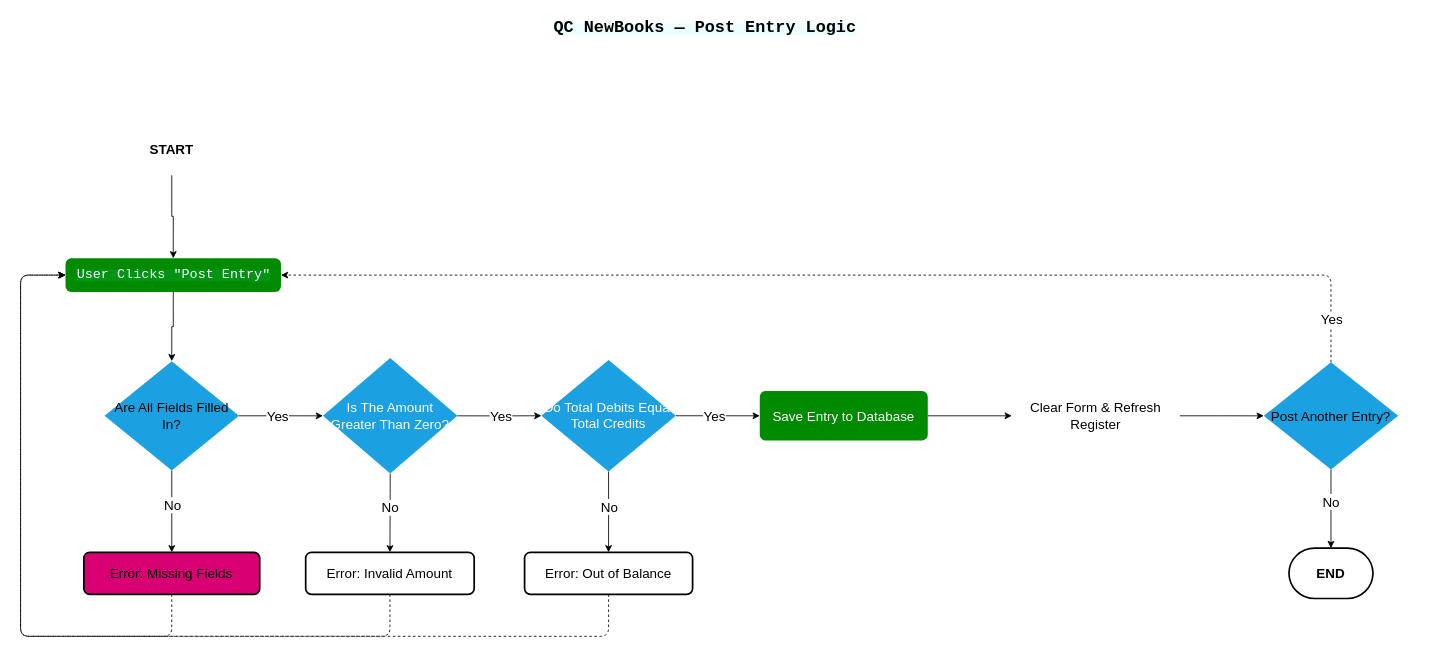
Before: page "Part A — Flowchart" (1 of 2) of QC_NewBooks_Diagrams.drawio in kvnrtga10-cell/diagram-qc-new-books, a draw.io diagram. Source tidied: cells renumbered, new cells numbered last; positions are measured from the earlier drawing's top-left corner, leaving out a move shared by most shapes. Both pictures are drawn from the tidied source at 84%, with x=0, y=0 at pixel (20, 14).
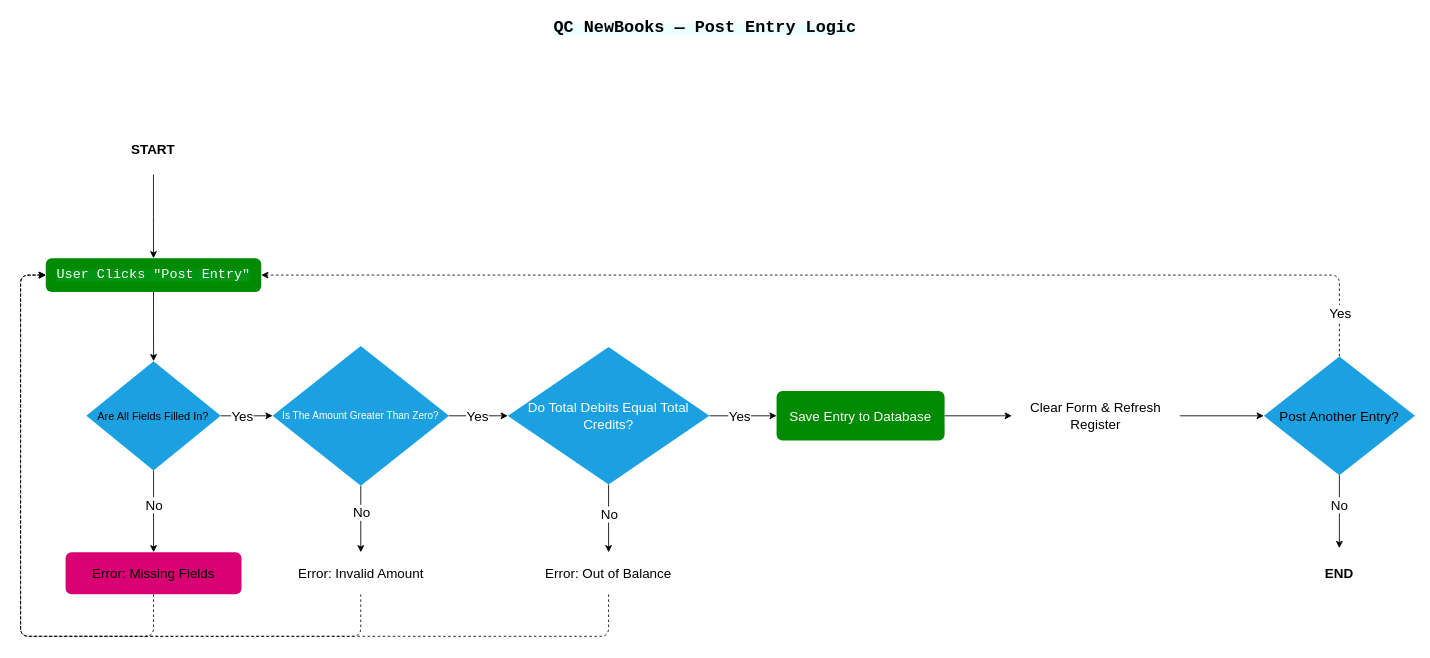
After the change.

The change refers to these unchanged cells:
```xml
<mxCell id="8" style="edgeStyle=orthogonalEdgeStyle;rounded=0;jettySize=auto;html=1;exitX=1;exitY=0.5;exitDx=0;exitDy=0;exitPerimeter=0;entryX=0;entryY=0.5;entryDx=0;entryDy=0;entryPerimeter=0;" parent="1" edge="1" source="10" target="16">
  <mxGeometry relative="1" as="geometry" />
</mxCell>
<mxCell id="24" style="edgeStyle=orthogonalEdgeStyle;rounded=0;jettySize=auto;html=1;exitX=1;exitY=0.5;exitDx=0;exitDy=0;exitPerimeter=0;entryX=0;entryY=0.5;entryDx=0;entryDy=0;entryPerimeter=0;" parent="1" edge="1" source="16" target="23">
  <mxGeometry relative="1" as="geometry" />
</mxCell>
```

The edit, as a diff of the source:
```diff
@@
-    <mxCell id="4" value="&lt;b&gt;START&lt;/b&gt;" style="strokeWidth=2;html=1;shape=mxgraph.flowchart.terminator;whiteSpace=wrap;fillColor=light-dark(#FFFFFF,#CC6600);labelBorderColor=none;fontSize=16;strokeColor=light-dark(#FFFFFF,#FFFFFF);" parent="1" vertex="1">
-      <mxGeometry x="130" y="130" width="100" height="60" as="geometry" />
+    <mxCell id="4" value="&lt;b&gt;START&lt;/b&gt;" style="strokeWidth=2;html=1;shape=mxgraph.flowchart.terminator;whiteSpace=wrap;fillColor=light-dark(#FFFFFF,#CC6600);labelBorderColor=none;fontSize=16;strokeColor=none;" parent="1" vertex="1">
+      <mxGeometry x="108.2" y="130" width="100" height="60" as="geometry" />
     </mxCell>
     <mxCell id="5" value="&lt;span style=&quot;font-family: &amp;quot;Share Tech Mono&amp;quot;, monospace; text-align: start; background-color: rgba(0, 245, 255, 0.08);&quot;&gt;&lt;font style=&quot;font-size: 16px;&quot;&gt;User Clicks &quot;Post Entry&quot;&lt;/font&gt;&lt;/span&gt;" style="rounded=1;whiteSpace=wrap;html=1;absoluteArcSize=1;arcSize=14;strokeWidth=2;fillColor=light-dark(#008A00,#00CC00);fontColor=light-dark(#FFFFFF,#FFFFFF);strokeColor=none;labelBorderColor=none;" parent="1" vertex="1">
-      <mxGeometry x="53.5" y="290" width="256.5" height="40" as="geometry" />
+      <mxGeometry x="30" y="290" width="256.5" height="40" as="geometry" />
     </mxCell>
@@
     <mxCell id="9" value="&lt;font style=&quot;font-size: 16px;&quot;&gt;Yes&lt;/font&gt;" style="edgeLabel;html=1;align=center;verticalAlign=middle;" parent="8" vertex="1">
       <mxGeometry x="0.02" y="-1" relative="1" as="geometry">
-        <mxPoint x="-5" y="-1" as="offset" />
+        <mxPoint x="-6" y="-1" as="offset" />
       </mxGeometry>
     </mxCell>
-    <mxCell id="10" value="&lt;font style=&quot;color: light-dark(rgb(0, 0, 0), rgb(255, 255, 255)); font-size: 16px;&quot;&gt;Are All Fields Filled In?&lt;/font&gt;" style="strokeWidth=2;html=1;shape=mxgraph.flowchart.decision;whiteSpace=wrap;fillColor=#1ba1e2;fontColor=#ffffff;strokeColor=none;" parent="1" vertex="1">
-      <mxGeometry x="100" y="412.5" width="160" height="130" as="geometry" />
+    <mxCell id="10" value="&lt;font style=&quot;color: light-dark(rgb(0, 0, 0), rgb(255, 255, 255)); font-size: 13px;&quot;&gt;Are All Fields Filled In?&lt;/font&gt;" style="strokeWidth=2;html=1;shape=mxgraph.flowchart.decision;whiteSpace=wrap;fillColor=#1ba1e2;fontColor=#ffffff;strokeColor=none;" parent="1" vertex="1">
+      <mxGeometry x="78.3" y="412.5" width="160" height="130" as="geometry" />
     </mxCell>
@@
     <mxCell id="12" style="edgeStyle=orthogonalEdgeStyle;rounded=1;jettySize=auto;html=1;exitX=0.5;exitY=1;exitDx=0;exitDy=0;entryX=0;entryY=0.5;entryDx=0;entryDy=0;dashed=1;curved=0;" parent="1" edge="1" source="13" target="5">
       <mxGeometry relative="1" as="geometry">
         <Array as="points">
-          <mxPoint x="180" y="740" />
+          <mxPoint x="158" y="740" />
           <mxPoint y="740" />
           <mxPoint y="310" />
         </Array>
       </mxGeometry>
     </mxCell>
-    <mxCell id="13" value="&lt;font style=&quot;font-size: 16px; color: light-dark(rgb(0, 0, 0), rgb(255, 255, 255));&quot;&gt;Error: Missing Fields&lt;/font&gt;" style="rounded=1;whiteSpace=wrap;html=1;absoluteArcSize=1;arcSize=14;strokeWidth=2;fillColor=light-dark(#D80073,#CC0000);fontColor=#ffffff;strokeColor=light-dark(#000000,#FFFFFF);labelBackgroundColor=none;labelBorderColor=none;textShadow=0;shadow=0;glass=0;fillStyle=solid;" parent="1" vertex="1">
-      <mxGeometry x="75.3" y="640" width="209.4" height="50" as="geometry" />
+    <mxCell id="13" value="&lt;font style=&quot;font-size: 16px; color: light-dark(rgb(0, 0, 0), rgb(255, 255, 255));&quot;&gt;Error: Missing Fields&lt;/font&gt;" style="rounded=1;whiteSpace=wrap;html=1;absoluteArcSize=1;arcSize=14;strokeWidth=2;fillColor=light-dark(#D80073,#CC0000);fontColor=#ffffff;strokeColor=none;labelBackgroundColor=none;labelBorderColor=none;textShadow=0;shadow=0;glass=0;fillStyle=solid;" parent="1" vertex="1">
+      <mxGeometry x="53.6" y="640" width="209.4" height="50" as="geometry" />
     </mxCell>
     <mxCell id="14" style="edgeStyle=orthogonalEdgeStyle;rounded=0;jettySize=auto;html=1;exitX=0.5;exitY=1;exitDx=0;exitDy=0;exitPerimeter=0;entryX=0.5;entryY=0;entryDx=0;entryDy=0;" parent="1" edge="1" source="16" target="18">
       <mxGeometry relative="1" as="geometry">
         <Array as="points">
-          <mxPoint x="440" y="570" />
-          <mxPoint x="440" y="570" />
+          <mxPoint x="405" y="600" />
+          <mxPoint x="405" y="600" />
         </Array>
       </mxGeometry>
     </mxCell>
@@
-    <mxCell id="16" value="&lt;font style=&quot;font-size: 16px;&quot;&gt;Is The Amount Greater Than Zero?&lt;/font&gt;" style="strokeWidth=2;html=1;shape=mxgraph.flowchart.decision;whiteSpace=wrap;fillColor=#1ba1e2;fontColor=light-dark(#FFFFFF,#FFFFFF);strokeColor=none;" parent="1" vertex="1">
-      <mxGeometry x="360" y="408.8" width="160" height="137.5" as="geometry" />
+    <mxCell id="16" value="&lt;font&gt;Is The Amount Greater Than Zero?&lt;/font&gt;" style="strokeWidth=2;html=1;shape=mxgraph.flowchart.decision;whiteSpace=wrap;fillColor=#1ba1e2;fontColor=light-dark(#FFFFFF,#FFFFFF);strokeColor=none;" parent="1" vertex="1">
+      <mxGeometry x="300" y="394.3" width="210" height="166.4" as="geometry" />
     </mxCell>
     <mxCell id="17" style="edgeStyle=orthogonalEdgeStyle;rounded=1;jettySize=auto;html=1;exitX=0.5;exitY=1;exitDx=0;exitDy=0;entryX=0;entryY=0.5;entryDx=0;entryDy=0;dashed=1;curved=0;" parent="1" edge="1" source="18" target="5">
       <mxGeometry relative="1" as="geometry">
         <Array as="points">
-          <mxPoint x="440" y="740" />
+          <mxPoint x="405" y="740" />
           <mxPoint y="740" />
           <mxPoint y="310" />
         </Array>
       </mxGeometry>
     </mxCell>
-    <mxCell id="18" value="&lt;font style=&quot;font-size: 16px;&quot;&gt;Error: Invalid Amount&lt;/font&gt;" style="rounded=1;whiteSpace=wrap;html=1;absoluteArcSize=1;arcSize=14;strokeWidth=2;fillColor=light-dark(#FFFFFF,#CC0000);" parent="1" vertex="1">
-      <mxGeometry x="339.4" y="640" width="200.6" height="50" as="geometry" />
+    <mxCell id="18" value="&lt;font style=&quot;font-size: 16px;&quot;&gt;Error: Invalid Amount&lt;/font&gt;" style="rounded=1;whiteSpace=wrap;html=1;absoluteArcSize=1;arcSize=14;strokeWidth=2;fillColor=light-dark(#FFFFFF,#CC0000);strokeColor=none;" parent="1" vertex="1">
+      <mxGeometry x="304.7" y="640" width="200.6" height="50" as="geometry" />
     </mxCell>
@@
-    <mxCell id="23" value="&lt;font style=&quot;font-size: 16px;&quot;&gt;Do Total Debits Equal Total Credits&lt;/font&gt;" style="strokeWidth=2;html=1;shape=mxgraph.flowchart.decision;whiteSpace=wrap;fillColor=#1ba1e2;fontColor=light-dark(#FFFFFF,#FFFFFF);strokeColor=none;" parent="1" vertex="1">
-      <mxGeometry x="620" y="411.2" width="160" height="132.5" as="geometry" />
+    <mxCell id="23" value="&lt;font style=&quot;font-size: 16px;&quot;&gt;Do Total Debits Equal Total Credits?&lt;/font&gt;" style="strokeWidth=2;html=1;shape=mxgraph.flowchart.decision;whiteSpace=wrap;fillColor=#1ba1e2;fontColor=light-dark(#FFFFFF,#FFFFFF);strokeColor=none;" parent="1" vertex="1">
+      <mxGeometry x="580" y="395.6" width="240" height="163.8" as="geometry" />
     </mxCell>
@@
     <mxCell id="25" value="&lt;font style=&quot;font-size: 16px;&quot;&gt;Yes&lt;/font&gt;" style="edgeLabel;html=1;align=center;verticalAlign=middle;" parent="24" vertex="1">
       <mxGeometry x="-0.11" relative="1" as="geometry">
-        <mxPoint x="7" as="offset" />
+        <mxPoint x="2" as="offset" />
       </mxGeometry>
     </mxCell>
@@
-    <mxCell id="27" value="&lt;font style=&quot;font-size: 16px;&quot;&gt;Error: Out of Balance&lt;/font&gt;" style="rounded=1;whiteSpace=wrap;html=1;absoluteArcSize=1;arcSize=14;strokeWidth=2;fillColor=light-dark(#FFFFFF,#CC0000);" parent="1" vertex="1">
+    <mxCell id="27" value="&lt;font style=&quot;font-size: 16px;&quot;&gt;Error: Out of Balance&lt;/font&gt;" style="rounded=1;whiteSpace=wrap;html=1;absoluteArcSize=1;arcSize=14;strokeWidth=2;fillColor=light-dark(#FFFFFF,#CC0000);strokeColor=none;" parent="1" vertex="1">
       <mxGeometry x="600" y="640" width="200" height="50" as="geometry" />
     </mxCell>
@@
     <mxCell id="29" value="&lt;font style=&quot;font-size: 16px;&quot;&gt;Save Entry to Database&lt;/font&gt;" style="rounded=1;whiteSpace=wrap;html=1;absoluteArcSize=1;arcSize=14;strokeWidth=2;fillColor=light-dark(#008A00,#00CC00);fontColor=light-dark(#FFFFFF,#FFFFFF);strokeColor=none;" parent="1" vertex="1">
-      <mxGeometry x="880" y="448.1" width="200" height="58.8" as="geometry" />
+      <mxGeometry x="900" y="448.1" width="200" height="58.8" as="geometry" />
     </mxCell>
@@
     <mxCell id="33" value="&lt;font style=&quot;font-size: 16px; color: light-dark(rgb(0, 0, 0), rgb(255, 255, 255));&quot;&gt;Post Another Entry?&lt;/font&gt;" style="strokeWidth=2;html=1;shape=mxgraph.flowchart.decision;whiteSpace=wrap;fillColor=#1ba1e2;fontColor=#ffffff;strokeColor=none;" parent="1" vertex="1">
-      <mxGeometry x="1480" y="413.8" width="160" height="127.5" as="geometry" />
+      <mxGeometry x="1480" y="406.9" width="180" height="141.3" as="geometry" />
     </mxCell>
@@
-    <mxCell id="35" value="&lt;font style=&quot;font-size: 16px;&quot;&gt;&lt;b&gt;END&lt;/b&gt;&lt;/font&gt;" style="strokeWidth=2;html=1;shape=mxgraph.flowchart.terminator;whiteSpace=wrap;fillColor=light-dark(#FFFFFF,#CC6600);" parent="1" vertex="1">
-      <mxGeometry x="1510" y="635" width="100" height="60" as="geometry" />
+    <mxCell id="35" value="&lt;font style=&quot;font-size: 16px;&quot;&gt;&lt;b&gt;END&lt;/b&gt;&lt;/font&gt;" style="strokeWidth=2;html=1;shape=mxgraph.flowchart.terminator;whiteSpace=wrap;fillColor=light-dark(#FFFFFF,#CC6600);strokeColor=none;" parent="1" vertex="1">
+      <mxGeometry x="1520" y="635" width="100" height="60" as="geometry" />
     </mxCell>
```
